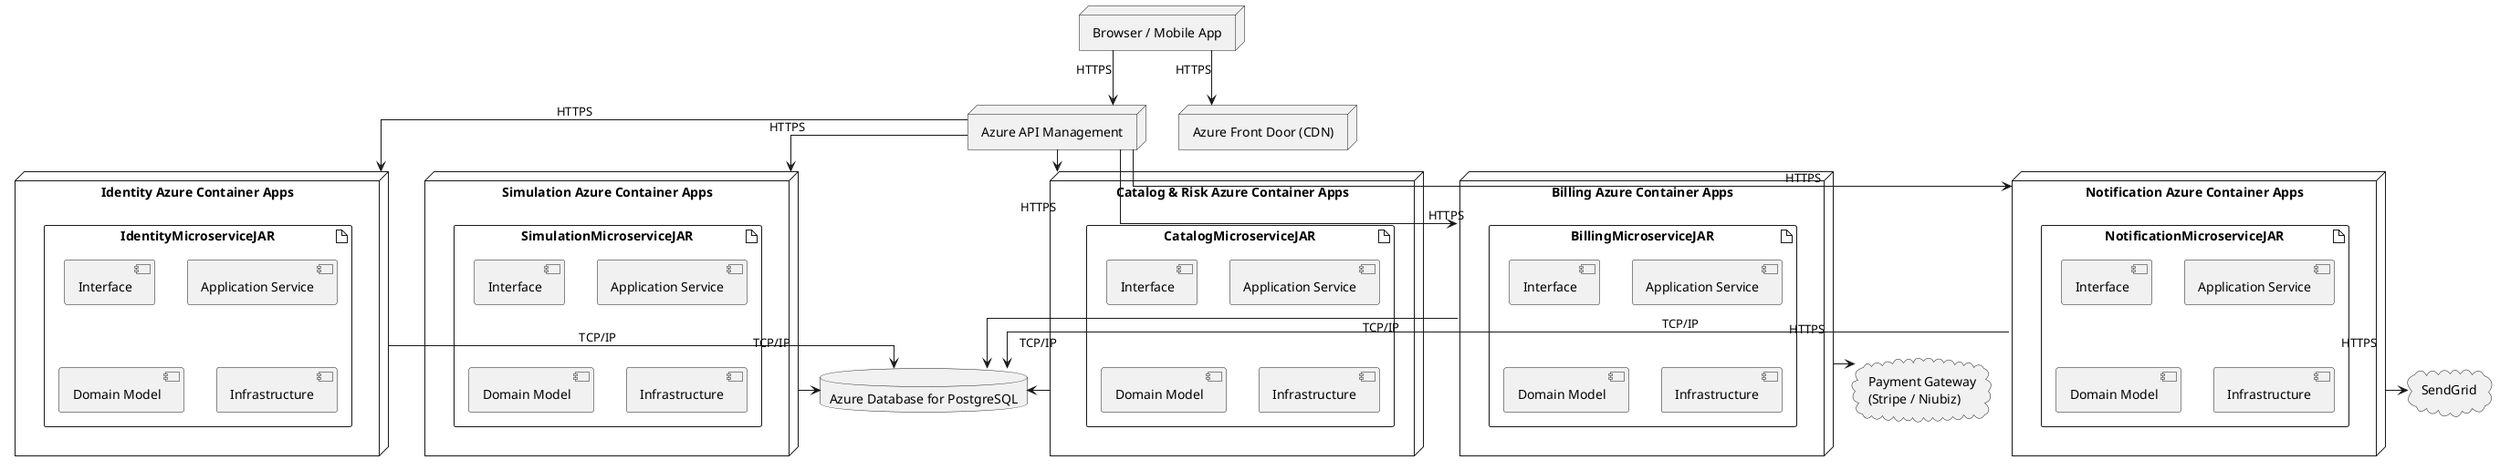
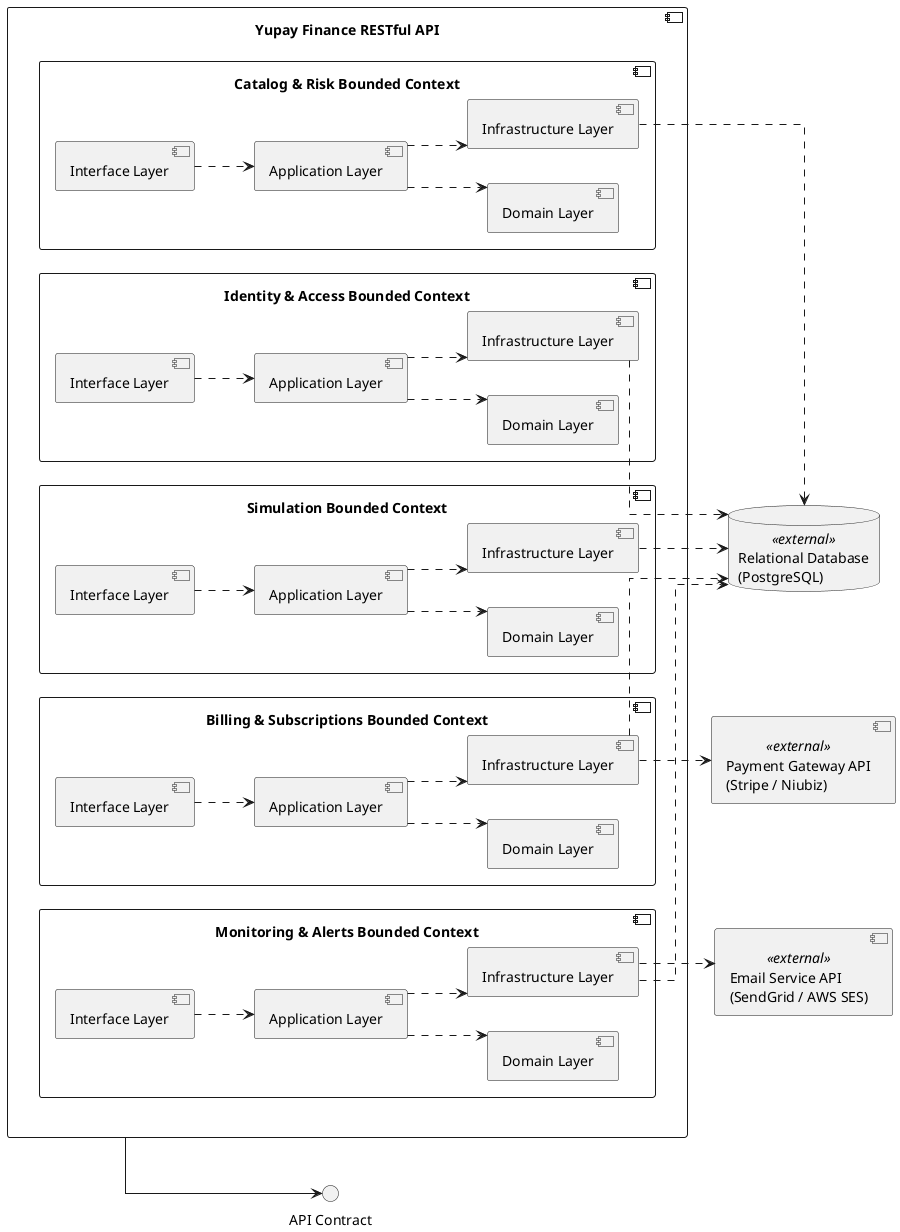
- @startuml "Diagrama de Despliegue - Yupay Finance (Azure)"
+ @startuml "Diagrama de Componentes - Yupay Finance API"
+ skinparam componentStyle uml2
skinparam linetype ortho
+ left to right direction

- node "Browser / Mobile App" as Browser
- node "Azure Front Door (CDN)" as CDN
- node "Azure API Management" as ApiGateway
+ interface "API Contract" as Contract

- node "Identity Azure Container Apps" as IAMContainer {
-   artifact "IdentityMicroserviceJAR" {
-     component "Interface" as IAInterface
-     component "Application Service" as IAApplication
-     component "Domain Model" as IADomain
-     component "Infrastructure" as IAInfrastructure
+ component "Yupay Finance RESTful API" as API {
+ 
+   component "Identity & Access Bounded Context" as BC_IdentityAccess {
+     component "Interface Layer" as IA_Interface
+     component "Application Layer" as IA_Application
+     component "Domain Layer" as IA_Domain
+     component "Infrastructure Layer" as IA_Infrastructure
+   }
+ 
+   component "Simulation Bounded Context" as BC_Simulation {
+     component "Interface Layer" as S_Interface
+     component "Application Layer" as S_Application
+     component "Domain Layer" as S_Domain
+     component "Infrastructure Layer" as S_Infrastructure
+   }
+ 
+   component "Catalog & Risk Bounded Context" as BC_CatalogRisk {
+     component "Interface Layer" as CR_Interface
+     component "Application Layer" as CR_Application
+     component "Domain Layer" as CR_Domain
+     component "Infrastructure Layer" as CR_Infrastructure
+   }
+ 
+   component "Billing & Subscriptions Bounded Context" as BC_Billing {
+     component "Interface Layer" as B_Interface
+     component "Application Layer" as B_Application
+     component "Domain Layer" as B_Domain
+     component "Infrastructure Layer" as B_Infrastructure
+   }
+ 
+   component "Monitoring & Alerts Bounded Context" as BC_MonitoringAlerts {
+     component "Interface Layer" as MA_Interface
+     component "Application Layer" as MA_Application
+     component "Domain Layer" as MA_Domain
+     component "Infrastructure Layer" as MA_Infrastructure
  }
}

- node "Simulation Azure Container Apps" as SimulationContainer {
-   artifact "SimulationMicroserviceJAR" {
-     component "Interface" as SimInterface
-     component "Application Service" as SimApplication
-     component "Domain Model" as SimDomain
-     component "Infrastructure" as SimInfrastructure
-   }
- }
+ database "Relational Database\n(PostgreSQL)" as RelationalDatabase <<external>>
+ component "Payment Gateway API\n(Stripe / Niubiz)" as PaymentGateway <<external>>
+ component "Email Service API\n(SendGrid / AWS SES)" as EmailService <<external>>

- node "Catalog & Risk Azure Container Apps" as CatalogContainer {
-   artifact "CatalogMicroserviceJAR" {
-     component "Interface" as CatInterface
-     component "Application Service" as CatApplication
-     component "Domain Model" as CatDomain
-     component "Infrastructure" as CatInfrastructure
-   }
- }
+ ' Conexión del API general con el exterior
+ API --> Contract

- node "Billing Azure Container Apps" as BillingContainer {
-   artifact "BillingMicroserviceJAR" {
-     component "Interface" as BillInterface
-     component "Application Service" as BillApplication
-     component "Domain Model" as BillDomain
-     component "Infrastructure" as BillInfrastructure
-   }
- }
+ ' Conexiones internas Clean Architecture: Identity
+ IA_Interface ..> IA_Application
+ IA_Application ..> IA_Domain
+ IA_Application ..> IA_Infrastructure

- node "Notification Azure Container Apps" as NotificationContainer {
-   artifact "NotificationMicroserviceJAR" {
-     component "Interface" as NotifInterface
-     component "Application Service" as NotifApplication
-     component "Domain Model" as NotifDomain
-     component "Infrastructure" as NotifInfrastructure
-   }
- }
+ ' Conexiones internas Clean Architecture: Simulation
+ S_Interface ..> S_Application
+ S_Application ..> S_Domain
+ S_Application ..> S_Infrastructure

- database "Azure Database for PostgreSQL" as RelationalDatabase
- cloud "Payment Gateway\n(Stripe / Niubiz)" as PaymentProvider
- cloud "SendGrid" as SendGrid
+ ' Conexiones internas Clean Architecture: Catalog & Risk[cite: 12]
+ CR_Interface ..> CR_Application
+ CR_Application ..> CR_Domain
+ CR_Application ..> CR_Infrastructure

- Browser --> CDN : HTTPS
- Browser --> ApiGateway : HTTPS
+ ' Conexiones internas Clean Architecture: Billing[cite: 12]
+ B_Interface ..> B_Application
+ B_Application ..> B_Domain
+ B_Application ..> B_Infrastructure

- ApiGateway --> IAMContainer : HTTPS
- ApiGateway --> SimulationContainer : HTTPS
- ApiGateway --> CatalogContainer : HTTPS
- ApiGateway --> BillingContainer : HTTPS
- ApiGateway --> NotificationContainer : HTTPS
+ ' Conexiones internas Clean Architecture: Monitoring[cite: 12]
+ MA_Interface ..> MA_Application
+ MA_Application ..> MA_Domain
+ MA_Application ..> MA_Infrastructure

- IAMContainer --> RelationalDatabase : TCP/IP
- SimulationContainer --> RelationalDatabase : TCP/IP
- CatalogContainer --> RelationalDatabase : TCP/IP
- BillingContainer --> RelationalDatabase : TCP/IP
- NotificationContainer --> RelationalDatabase : TCP/IP
+ ' Conexiones hacia la Infraestructura Externa (Base de Datos)[cite: 12]
+ IA_Infrastructure ..> RelationalDatabase
+ S_Infrastructure ..> RelationalDatabase
+ CR_Infrastructure ..> RelationalDatabase
+ B_Infrastructure ..> RelationalDatabase
+ MA_Infrastructure ..> RelationalDatabase

- BillingContainer --> PaymentProvider : HTTPS
- NotificationContainer --> SendGrid : HTTPS
+ ' Conexiones hacia Servicios de Terceros
+ B_Infrastructure ..> PaymentGateway
+ MA_Infrastructure ..> EmailService

@enduml